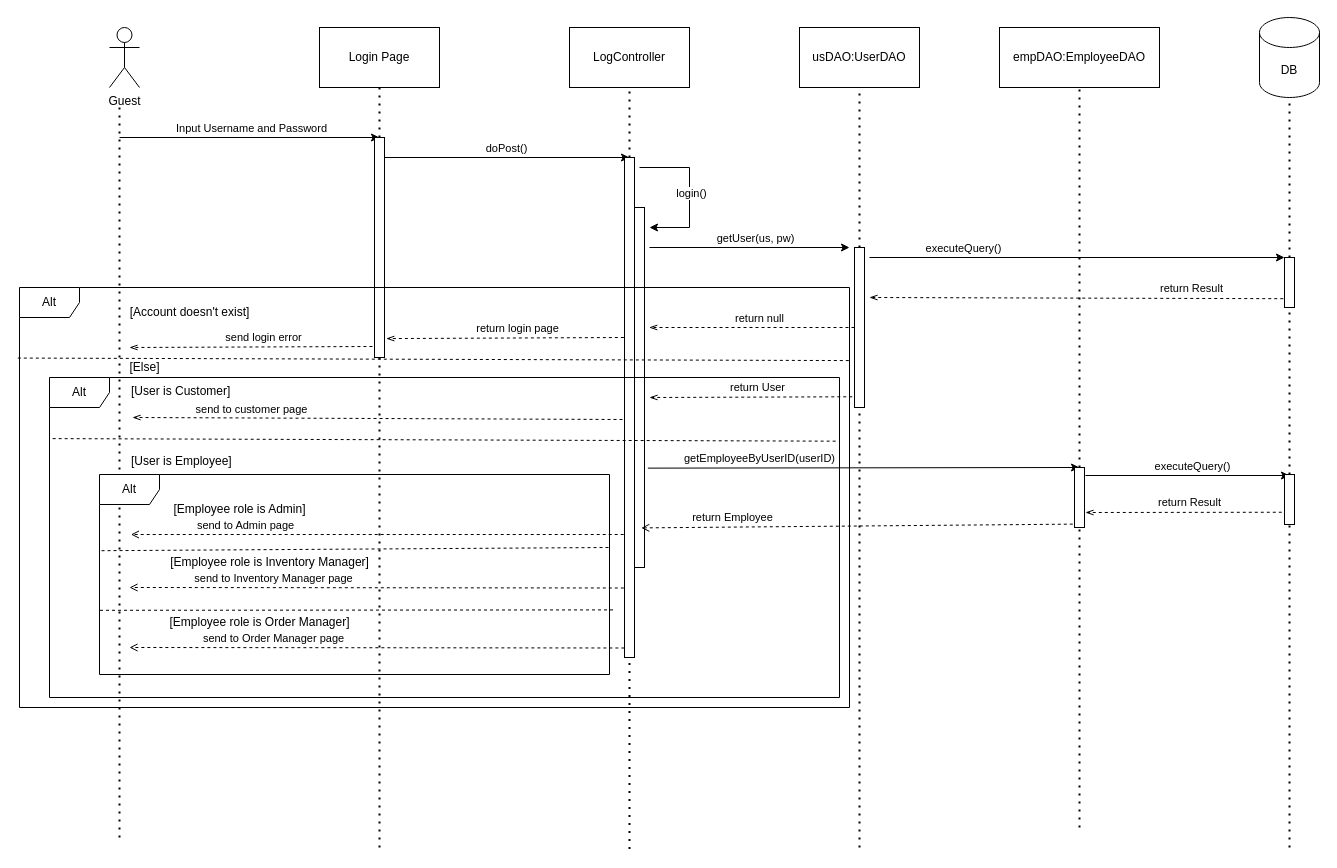
The draw.io diagram document/SDS/7.Function_Login/Sequence_Diagram/Login_Sequence_Diagram.drawio in QuocZuong/perfume-store, before the edit. Source tidied: cells renumbered, new cells numbered last; positions are measured from the earlier drawing's top-left corner, leaving out a move shared by most shapes. Both pictures are drawn from the tidied source at 100%, with x=0, y=0 at pixel (19, 17).
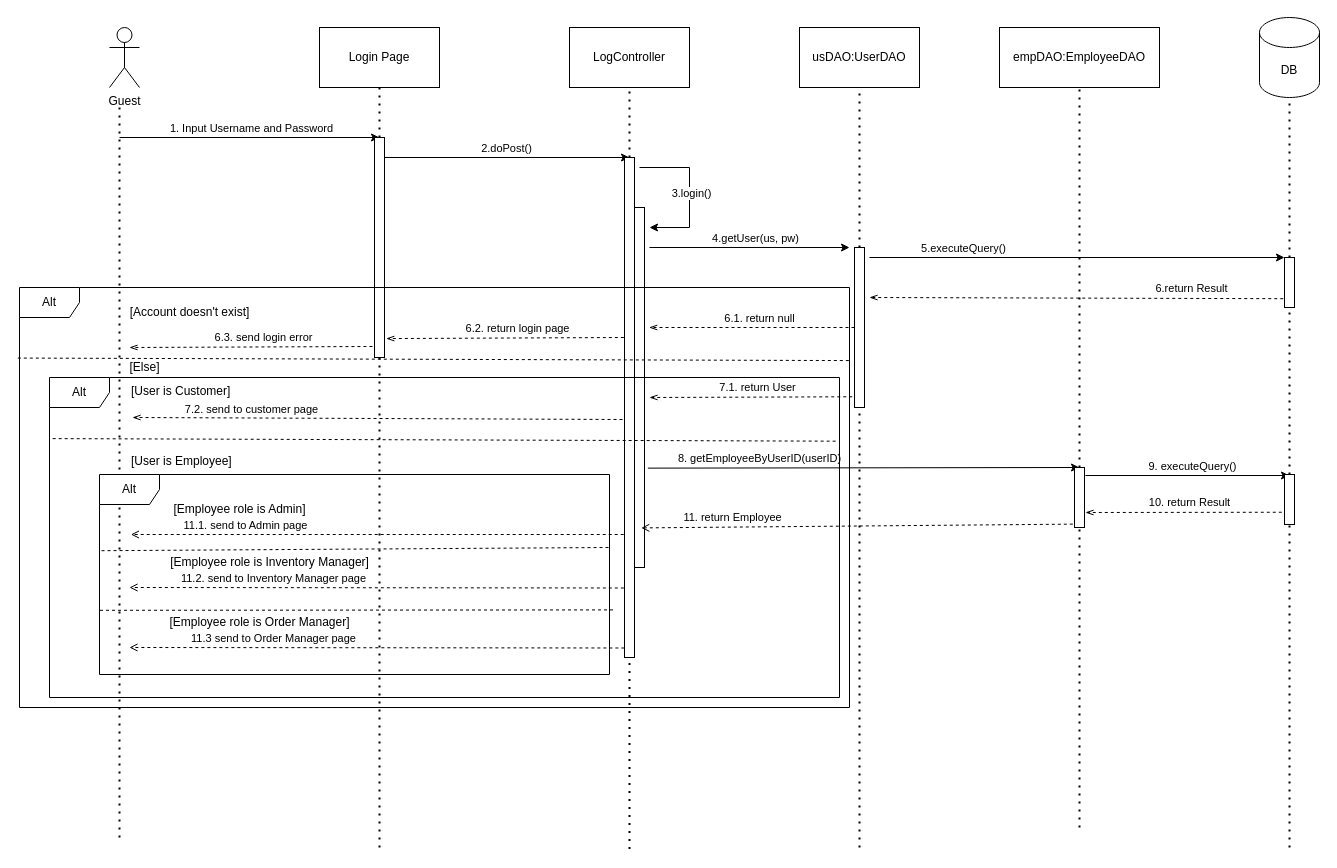
Above is the later version.

Commit message:
update login sequence diagram

The change refers to these unchanged cells:
```xml
<mxCell id="14" style="endArrow=classic;html=1;rounded=0;" parent="1" edge="1">
  <mxGeometry relative="1" as="geometry">
    <mxPoint x="100" y="120" as="sourcePoint" />
    <mxPoint x="360" y="120" as="targetPoint" />
  </mxGeometry>
</mxCell>
<mxCell id="16" style="endArrow=classic;html=1;rounded=0;" parent="1" edge="1">
  <mxGeometry relative="1" as="geometry">
    <mxPoint x="360" y="140" as="sourcePoint" />
    <mxPoint x="610" y="140" as="targetPoint" />
  </mxGeometry>
</mxCell>
<mxCell id="20" style="endArrow=classic;html=1;rounded=0;" parent="1" edge="1">
  <mxGeometry relative="1" as="geometry">
    <mxPoint x="620" y="150" as="sourcePoint" />
    <mxPoint x="630" y="210" as="targetPoint" />
    <Array as="points">
      <mxPoint x="670" y="150" />
      <mxPoint x="670" y="210" />
    </Array>
  </mxGeometry>
</mxCell>
<mxCell id="23" style="endArrow=classic;html=1;rounded=0;" parent="1" edge="1">
  <mxGeometry relative="1" as="geometry">
    <mxPoint x="630" y="230" as="sourcePoint" />
    <mxPoint x="830" y="230" as="targetPoint" />
  </mxGeometry>
</mxCell>
<mxCell id="27" style="endArrow=classic;html=1;rounded=0;entryX=0;entryY=0;entryDx=0;entryDy=0;" parent="1" edge="1" target="30">
  <mxGeometry relative="1" as="geometry">
    <mxPoint x="850" y="240" as="sourcePoint" />
  </mxGeometry>
</mxCell>
<mxCell id="31" style="endArrow=openThin;html=1;rounded=0;dashed=1;endFill=0;exitX=-0.125;exitY=0.824;exitDx=0;exitDy=0;exitPerimeter=0;" parent="1" edge="1" source="30">
  <mxGeometry relative="1" as="geometry">
    <mxPoint x="850" y="280" as="targetPoint" />
  </mxGeometry>
</mxCell>
<mxCell id="33" style="endArrow=openThin;html=1;rounded=0;dashed=1;endFill=0;exitX=0;exitY=0.5;exitDx=0;exitDy=0;" parent="1" edge="1" source="26">
  <mxGeometry relative="1" as="geometry">
    <mxPoint x="629.7" y="310" as="targetPoint" />
  </mxGeometry>
</mxCell>
<mxCell id="37" style="endArrow=openThin;html=1;rounded=0;dashed=1;endFill=0;exitX=-0.063;exitY=0.36;exitDx=0;exitDy=0;exitPerimeter=0;entryX=1.18;entryY=0.914;entryDx=0;entryDy=0;entryPerimeter=0;" parent="1" edge="1" source="19" target="36">
  <mxGeometry relative="1" as="geometry" />
</mxCell>
<mxCell id="39" style="endArrow=openThin;html=1;rounded=0;dashed=1;endFill=0;exitX=-0.207;exitY=0.95;exitDx=0;exitDy=0;exitPerimeter=0;" parent="1" edge="1" source="36">
  <mxGeometry relative="1" as="geometry">
    <mxPoint x="110" y="330" as="targetPoint" />
  </mxGeometry>
</mxCell>
<mxCell id="42" style="endArrow=openThin;html=1;rounded=0;dashed=1;endFill=0;exitX=-0.224;exitY=0.933;exitDx=0;exitDy=0;exitPerimeter=0;" parent="1" edge="1" source="26">
  <mxGeometry relative="1" as="geometry">
    <mxPoint x="630" y="380" as="targetPoint" />
  </mxGeometry>
</mxCell>
<mxCell id="44" style="endArrow=openThin;html=1;rounded=0;dashed=1;endFill=0;exitX=-0.196;exitY=0.524;exitDx=0;exitDy=0;exitPerimeter=0;" parent="1" edge="1" source="19">
  <mxGeometry relative="1" as="geometry">
    <mxPoint x="113" y="400" as="targetPoint" />
  </mxGeometry>
</mxCell>
<mxCell id="47" style="endArrow=classic;html=1;rounded=0;exitX=1.339;exitY=0.724;exitDx=0;exitDy=0;exitPerimeter=0;" parent="1" edge="1" source="22">
  <mxGeometry relative="1" as="geometry">
    <mxPoint x="1060" y="450" as="targetPoint" />
  </mxGeometry>
</mxCell>
<mxCell id="51" style="endArrow=classic;html=1;rounded=0;" parent="1" edge="1">
  <mxGeometry relative="1" as="geometry">
    <mxPoint x="1066" y="458" as="sourcePoint" />
    <mxPoint x="1270" y="458" as="targetPoint" />
  </mxGeometry>
</mxCell>
<mxCell id="55" style="endArrow=openThin;html=1;rounded=0;dashed=1;endFill=0;exitX=-0.271;exitY=0.755;exitDx=0;exitDy=0;exitPerimeter=0;" parent="1" edge="1" source="54">
  <mxGeometry relative="1" as="geometry">
    <mxPoint x="1066" y="495" as="targetPoint" />
  </mxGeometry>
</mxCell>
<mxCell id="57" style="endArrow=open;html=1;rounded=0;dashed=1;endFill=0;exitX=-0.17;exitY=0.944;exitDx=0;exitDy=0;exitPerimeter=0;entryX=0.674;entryY=0.89;entryDx=0;entryDy=0;entryPerimeter=0;" parent="1" edge="1" source="50" target="22">
  <mxGeometry relative="1" as="geometry" />
</mxCell>
<mxCell id="59" style="endArrow=open;html=1;rounded=0;dashed=1;endFill=0;exitX=-0.083;exitY=0.738;exitDx=0;exitDy=0;exitPerimeter=0;" parent="1" edge="1">
  <mxGeometry relative="1" as="geometry">
    <mxPoint x="604.2" y="517" as="sourcePoint" />
    <mxPoint x="111.4" y="517" as="targetPoint" />
  </mxGeometry>
</mxCell>
<mxCell id="62" style="endArrow=open;html=1;rounded=0;dashed=1;endFill=0;exitX=-0.066;exitY=0.861;exitDx=0;exitDy=0;exitPerimeter=0;" parent="1" edge="1" source="19">
  <mxGeometry relative="1" as="geometry">
    <mxPoint x="110" y="570" as="targetPoint" />
  </mxGeometry>
</mxCell>
<mxCell id="65" style="endArrow=open;html=1;rounded=0;dashed=1;endFill=0;exitX=-0.014;exitY=0.981;exitDx=0;exitDy=0;exitPerimeter=0;" parent="1" edge="1" source="19">
  <mxGeometry relative="1" as="geometry">
    <mxPoint x="110" y="630" as="targetPoint" />
  </mxGeometry>
</mxCell>
```

Diff of the diagram source:
```diff
@@
-    <mxCell id="15" value="Input Username and Password" style="edgeLabel;html=1;align=center;verticalAlign=middle;" parent="14" vertex="1">
+    <mxCell id="15" value="1. Input Username and Password" style="edgeLabel;html=1;align=center;verticalAlign=middle;" parent="14" vertex="1">
       <mxGeometry x="-0.08" y="-1" relative="1" as="geometry">
         <mxPoint x="11" y="-11" as="offset" />
       </mxGeometry>
     </mxCell>
@@
-    <mxCell id="17" value="doPost()" style="edgeLabel;html=1;align=center;verticalAlign=middle;" parent="16" vertex="1">
+    <mxCell id="17" value="2.doPost()" style="edgeLabel;html=1;align=center;verticalAlign=middle;" parent="16" vertex="1">
       <mxGeometry x="0.01" y="-3" relative="1" as="geometry">
         <mxPoint y="-13" as="offset" />
       </mxGeometry>
     </mxCell>
@@
-    <mxCell id="21" value="login()" style="edgeLabel;html=1;align=center;verticalAlign=middle;" parent="20" vertex="1">
+    <mxCell id="21" value="3.login()" style="edgeLabel;html=1;align=center;verticalAlign=middle;" parent="20" vertex="1">
       <mxGeometry y="1" relative="1" as="geometry" />
     </mxCell>
@@
-    <mxCell id="24" value="getUser(us, pw)" style="edgeLabel;html=1;align=center;verticalAlign=middle;" parent="23" vertex="1">
+    <mxCell id="24" value="4.getUser(us, pw)" style="edgeLabel;html=1;align=center;verticalAlign=middle;" parent="23" vertex="1">
       <mxGeometry x="0.05" y="1" relative="1" as="geometry">
         <mxPoint y="-9" as="offset" />
       </mxGeometry>
     </mxCell>
@@
-    <mxCell id="28" value="executeQuery()" style="edgeLabel;html=1;align=center;verticalAlign=middle;" parent="27" vertex="1">
+    <mxCell id="28" value="5.executeQuery()" style="edgeLabel;html=1;align=center;verticalAlign=middle;" parent="27" vertex="1">
       <mxGeometry x="-0.11" y="2" relative="1" as="geometry">
         <mxPoint x="-92" y="-8" as="offset" />
       </mxGeometry>
     </mxCell>
@@
-    <mxCell id="32" value="return Result" style="edgeLabel;html=1;align=center;verticalAlign=middle;" parent="31" vertex="1">
+    <mxCell id="32" value="6.return Result" style="edgeLabel;html=1;align=center;verticalAlign=middle;" parent="31" vertex="1">
       <mxGeometry x="-0.3" y="2" relative="1" as="geometry">
         <mxPoint x="53" y="-12" as="offset" />
       </mxGeometry>
     </mxCell>
@@
-    <mxCell id="34" value="return null" style="edgeLabel;html=1;align=center;verticalAlign=middle;" parent="33" vertex="1">
+    <mxCell id="34" value="6.1. return null" style="edgeLabel;html=1;align=center;verticalAlign=middle;" parent="33" vertex="1">
       <mxGeometry x="-0.3" y="2" relative="1" as="geometry">
         <mxPoint x="-24" y="-12" as="offset" />
       </mxGeometry>
     </mxCell>
@@
-    <mxCell id="38" value="return login page" style="edgeLabel;html=1;align=center;verticalAlign=middle;" parent="37" vertex="1">
+    <mxCell id="38" value="6.2. return login page" style="edgeLabel;html=1;align=center;verticalAlign=middle;" parent="37" vertex="1">
       <mxGeometry x="-0.3" y="2" relative="1" as="geometry">
         <mxPoint x="-24" y="-12" as="offset" />
       </mxGeometry>
     </mxCell>
@@
-    <mxCell id="40" value="send login error" style="edgeLabel;html=1;align=center;verticalAlign=middle;" parent="39" vertex="1">
+    <mxCell id="40" value="6.3. send login error" style="edgeLabel;html=1;align=center;verticalAlign=middle;" parent="39" vertex="1">
       <mxGeometry x="-0.3" y="2" relative="1" as="geometry">
         <mxPoint x="-24" y="-12" as="offset" />
       </mxGeometry>
     </mxCell>
@@
-    <mxCell id="43" value="return User" style="edgeLabel;html=1;align=center;verticalAlign=middle;" parent="42" vertex="1">
+    <mxCell id="43" value="7.1. return User" style="edgeLabel;html=1;align=center;verticalAlign=middle;" parent="42" vertex="1">
       <mxGeometry x="-0.3" y="2" relative="1" as="geometry">
         <mxPoint x="-24" y="-12" as="offset" />
       </mxGeometry>
     </mxCell>
@@
-    <mxCell id="45" value="send to customer page" style="edgeLabel;html=1;align=center;verticalAlign=middle;" parent="44" vertex="1">
+    <mxCell id="45" value="7.2. send to customer page" style="edgeLabel;html=1;align=center;verticalAlign=middle;" parent="44" vertex="1">
       <mxGeometry x="-0.3" y="2" relative="1" as="geometry">
         <mxPoint x="-200" y="-12" as="offset" />
       </mxGeometry>
     </mxCell>
@@
-    <mxCell id="48" value="getEmployeeByUserID(userID)" style="edgeLabel;html=1;align=center;verticalAlign=middle;" parent="47" vertex="1">
+    <mxCell id="48" value="8. getEmployeeByUserID(userID)" style="edgeLabel;html=1;align=center;verticalAlign=middle;" parent="47" vertex="1">
       <mxGeometry x="0.21" y="-2" relative="1" as="geometry">
         <mxPoint x="-150" y="-12" as="offset" />
       </mxGeometry>
     </mxCell>
@@
-    <mxCell id="52" value="executeQuery()" style="edgeLabel;html=1;align=center;verticalAlign=middle;" parent="51" vertex="1">
+    <mxCell id="52" value="9. executeQuery()" style="edgeLabel;html=1;align=center;verticalAlign=middle;" parent="51" vertex="1">
       <mxGeometry x="-0.12" y="-1" relative="1" as="geometry">
         <mxPoint x="16" y="-11" as="offset" />
       </mxGeometry>
     </mxCell>
@@
-    <mxCell id="56" value="return Result" style="edgeLabel;html=1;align=center;verticalAlign=middle;" parent="55" vertex="1">
+    <mxCell id="56" value="10. return Result" style="edgeLabel;html=1;align=center;verticalAlign=middle;" parent="55" vertex="1">
       <mxGeometry x="-0.3" y="2" relative="1" as="geometry">
         <mxPoint x="-24" y="-12" as="offset" />
       </mxGeometry>
     </mxCell>
@@
-    <mxCell id="58" value="return Employee" style="edgeLabel;html=1;align=center;verticalAlign=middle;" parent="57" vertex="1">
+    <mxCell id="58" value="11. return Employee" style="edgeLabel;html=1;align=center;verticalAlign=middle;" parent="57" vertex="1">
       <mxGeometry x="0.32" y="-3" relative="1" as="geometry">
         <mxPoint x="-56" y="-7" as="offset" />
       </mxGeometry>
     </mxCell>
@@
-    <mxCell id="60" value="send to Admin page" style="edgeLabel;html=1;align=center;verticalAlign=middle;" parent="59" vertex="1">
+    <mxCell id="60" value="11.1. send to Admin page" style="edgeLabel;html=1;align=center;verticalAlign=middle;" parent="59" vertex="1">
       <mxGeometry x="-0.24" y="1" relative="1" as="geometry">
         <mxPoint x="-192" y="-11" as="offset" />
       </mxGeometry>
     </mxCell>
@@
-    <mxCell id="63" value="send to Inventory Manager page" style="edgeLabel;html=1;align=center;verticalAlign=middle;" parent="62" vertex="1">
+    <mxCell id="63" value="11.2. send to Inventory Manager page" style="edgeLabel;html=1;align=center;verticalAlign=middle;" parent="62" vertex="1">
       <mxGeometry x="-0.24" y="1" relative="1" as="geometry">
         <mxPoint x="-163" y="-11" as="offset" />
       </mxGeometry>
     </mxCell>
@@
-    <mxCell id="66" value="send to Order Manager page" style="edgeLabel;html=1;align=center;verticalAlign=middle;" parent="65" vertex="1">
+    <mxCell id="66" value="11.3 send to Order Manager page" style="edgeLabel;html=1;align=center;verticalAlign=middle;" parent="65" vertex="1">
       <mxGeometry x="-0.24" y="1" relative="1" as="geometry">
         <mxPoint x="-163" y="-11" as="offset" />
       </mxGeometry>
     </mxCell>
```
